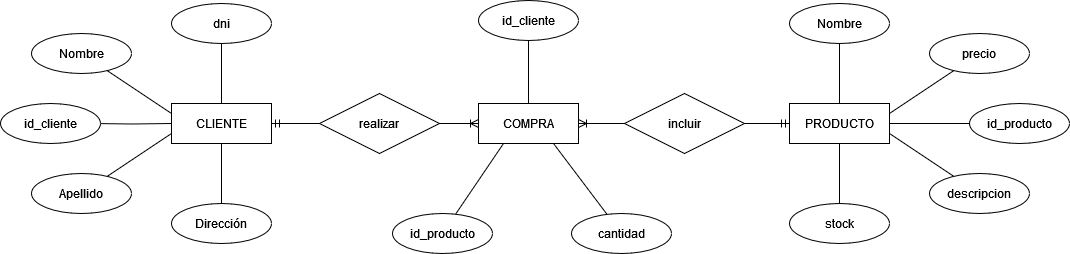
Earlier version of the draw.io export DiegoOrrego/Diagramas/Diagrama.png (gfuentespavez/M3-Bases_de_Datos). Source tidied: cells renumbered, new cells last; positions are measured from the earlier drawing's top-left corner, leaving out a move shared by most shapes. The source it was exported from:
```xml
<mxGraphModel background="#FFFFFF">
  <root>
    <mxCell id="0" />
    <mxCell id="1" parent="0" />
    <mxCell id="2" value="PRODUCTO" style="whiteSpace=wrap;html=1;align=center;" parent="1" vertex="1">
      <mxGeometry x="789" y="103" width="100" height="40" as="geometry" />
    </mxCell>
    <mxCell id="3" value="CLIENTE" style="whiteSpace=wrap;html=1;align=center;" parent="1" vertex="1">
      <mxGeometry x="171" y="103" width="100" height="40" as="geometry" />
    </mxCell>
    <mxCell id="4" style="edgeStyle=orthogonalEdgeStyle;rounded=0;jettySize=auto;html=1;endArrow=none;endFill=0;" parent="1" edge="1" source="5" target="3">
      <mxGeometry relative="1" as="geometry" />
    </mxCell>
    <mxCell id="5" value="dni" style="ellipse;whiteSpace=wrap;html=1;align=center;" parent="1" vertex="1">
      <mxGeometry x="171" y="3" width="100" height="40" as="geometry" />
    </mxCell>
    <mxCell id="6" style="rounded=0;jettySize=auto;html=1;entryX=0;entryY=0.25;entryDx=0;entryDy=0;endArrow=none;endFill=0;" parent="1" edge="1" source="7" target="3">
      <mxGeometry relative="1" as="geometry" />
    </mxCell>
    <mxCell id="7" value="Nombre" style="ellipse;whiteSpace=wrap;html=1;align=center;" parent="1" vertex="1">
      <mxGeometry x="31" y="33" width="100" height="40" as="geometry" />
    </mxCell>
    <mxCell id="8" style="rounded=0;jettySize=auto;html=1;entryX=0;entryY=0.75;entryDx=0;entryDy=0;endArrow=none;endFill=0;" parent="1" edge="1" source="9" target="3">
      <mxGeometry relative="1" as="geometry" />
    </mxCell>
    <mxCell id="9" value="Apellido" style="ellipse;whiteSpace=wrap;html=1;align=center;" parent="1" vertex="1">
      <mxGeometry x="31" y="173" width="100" height="40" as="geometry" />
    </mxCell>
    <mxCell id="10" style="edgeStyle=orthogonalEdgeStyle;rounded=0;jettySize=auto;html=1;exitX=0.5;exitY=0;exitDx=0;exitDy=0;entryX=0.5;entryY=1;entryDx=0;entryDy=0;endArrow=none;endFill=0;" parent="1" edge="1" source="11" target="3">
      <mxGeometry relative="1" as="geometry" />
    </mxCell>
    <mxCell id="11" value="Dirección" style="ellipse;whiteSpace=wrap;html=1;align=center;" parent="1" vertex="1">
      <mxGeometry x="171" y="203" width="100" height="40" as="geometry" />
    </mxCell>
    <mxCell id="12" style="rounded=0;jettySize=auto;html=1;entryX=0.25;entryY=1;entryDx=0;entryDy=0;endArrow=none;endFill=0;" parent="1" edge="1" source="13" target="30">
      <mxGeometry relative="1" as="geometry" />
    </mxCell>
    <mxCell id="13" value="id_producto" style="ellipse;whiteSpace=wrap;html=1;align=center;" parent="1" vertex="1">
      <mxGeometry x="392" y="213" width="100" height="40" as="geometry" />
    </mxCell>
    <mxCell id="14" style="edgeStyle=orthogonalEdgeStyle;rounded=0;jettySize=auto;html=1;endArrow=none;endFill=0;entryX=0.5;entryY=0;entryDx=0;entryDy=0;" parent="1" edge="1" source="15" target="30">
      <mxGeometry relative="1" as="geometry" />
    </mxCell>
    <mxCell id="15" value="id_cliente" style="ellipse;whiteSpace=wrap;html=1;align=center;" parent="1" vertex="1">
      <mxGeometry x="478" width="100" height="40" as="geometry" />
    </mxCell>
    <mxCell id="16" style="edgeStyle=orthogonalEdgeStyle;rounded=0;jettySize=auto;html=1;endArrow=none;endFill=0;" parent="1" edge="1" source="17" target="2">
      <mxGeometry relative="1" as="geometry" />
    </mxCell>
    <mxCell id="17" value="Nombre" style="ellipse;whiteSpace=wrap;html=1;align=center;" parent="1" vertex="1">
      <mxGeometry x="789" y="3" width="100" height="40" as="geometry" />
    </mxCell>
    <mxCell id="18" style="edgeStyle=orthogonalEdgeStyle;rounded=0;jettySize=auto;html=1;entryX=0;entryY=0.5;entryDx=0;entryDy=0;endArrow=none;endFill=0;" parent="1" edge="1" target="3">
      <mxGeometry relative="1" as="geometry">
        <mxPoint x="91" y="123" as="sourcePoint" />
      </mxGeometry>
    </mxCell>
    <mxCell id="19" value="id_cliente" style="ellipse;whiteSpace=wrap;html=1;align=center;" parent="1" vertex="1">
      <mxGeometry y="103" width="100" height="40" as="geometry" />
    </mxCell>
    <mxCell id="20" style="rounded=0;jettySize=auto;html=1;entryX=1;entryY=0.25;entryDx=0;entryDy=0;endArrow=none;endFill=0;" parent="1" edge="1" source="21" target="2">
      <mxGeometry relative="1" as="geometry" />
    </mxCell>
    <mxCell id="21" value="precio" style="ellipse;whiteSpace=wrap;html=1;align=center;" parent="1" vertex="1">
      <mxGeometry x="929" y="33" width="100" height="40" as="geometry" />
    </mxCell>
    <mxCell id="22" style="edgeStyle=orthogonalEdgeStyle;rounded=0;jettySize=auto;html=1;entryX=1;entryY=0.5;entryDx=0;entryDy=0;endArrow=none;endFill=0;" parent="1" edge="1" source="23" target="2">
      <mxGeometry relative="1" as="geometry" />
    </mxCell>
    <mxCell id="23" value="&lt;div&gt;id_producto&lt;/div&gt;" style="ellipse;whiteSpace=wrap;html=1;align=center;" parent="1" vertex="1">
      <mxGeometry x="969" y="103" width="100" height="40" as="geometry" />
    </mxCell>
    <mxCell id="24" style="rounded=0;jettySize=auto;html=1;entryX=1;entryY=0.75;entryDx=0;entryDy=0;endArrow=none;endFill=0;" parent="1" edge="1" source="25" target="2">
      <mxGeometry relative="1" as="geometry" />
    </mxCell>
    <mxCell id="25" value="descripcion" style="ellipse;whiteSpace=wrap;html=1;align=center;" parent="1" vertex="1">
      <mxGeometry x="929" y="173" width="100" height="40" as="geometry" />
    </mxCell>
    <mxCell id="26" style="edgeStyle=orthogonalEdgeStyle;rounded=0;jettySize=auto;html=1;entryX=0.5;entryY=1;entryDx=0;entryDy=0;endArrow=none;endFill=0;" parent="1" edge="1" source="27" target="2">
      <mxGeometry relative="1" as="geometry" />
    </mxCell>
    <mxCell id="27" value="stock" style="ellipse;whiteSpace=wrap;html=1;align=center;" parent="1" vertex="1">
      <mxGeometry x="789" y="203" width="100" height="40" as="geometry" />
    </mxCell>
    <mxCell id="28" style="rounded=0;jettySize=auto;html=1;entryX=0.75;entryY=1;entryDx=0;entryDy=0;endArrow=none;endFill=0;" parent="1" edge="1" source="29" target="30">
      <mxGeometry relative="1" as="geometry" />
    </mxCell>
    <mxCell id="29" value="cantidad" style="ellipse;whiteSpace=wrap;html=1;align=center;" parent="1" vertex="1">
      <mxGeometry x="571" y="213" width="100" height="40" as="geometry" />
    </mxCell>
    <mxCell id="30" value="COMPRA" style="whiteSpace=wrap;html=1;align=center;" parent="1" vertex="1">
      <mxGeometry x="478" y="103" width="100" height="40" as="geometry" />
    </mxCell>
    <mxCell id="31" value="realizar" style="shape=rhombus;perimeter=rhombusPerimeter;whiteSpace=wrap;html=1;align=center;" parent="1" vertex="1">
      <mxGeometry x="319" y="93" width="120" height="60" as="geometry" />
    </mxCell>
    <mxCell id="32" value="incluir" style="shape=rhombus;perimeter=rhombusPerimeter;whiteSpace=wrap;html=1;align=center;" parent="1" vertex="1">
      <mxGeometry x="624" y="93" width="120" height="60" as="geometry" />
    </mxCell>
    <mxCell id="33" style="edgeStyle=entityRelationEdgeStyle;fontSize=12;html=1;endArrow=ERmandOne;rounded=0;entryX=0;entryY=0.5;entryDx=0;entryDy=0;exitX=1;exitY=0.5;exitDx=0;exitDy=0;endFill=0;" parent="1" edge="1" source="32" target="2">
      <mxGeometry relative="1" as="geometry" />
    </mxCell>
    <mxCell id="34" style="edgeStyle=entityRelationEdgeStyle;fontSize=12;html=1;endArrow=ERoneToMany;rounded=0;entryX=1;entryY=0.5;entryDx=0;entryDy=0;exitX=0;exitY=0.5;exitDx=0;exitDy=0;endFill=0;" parent="1" edge="1" source="32" target="30">
      <mxGeometry relative="1" as="geometry" />
    </mxCell>
    <mxCell id="35" style="edgeStyle=entityRelationEdgeStyle;fontSize=12;html=1;endArrow=ERoneToMany;rounded=0;entryX=0;entryY=0.5;entryDx=0;entryDy=0;exitX=1;exitY=0.5;exitDx=0;exitDy=0;" parent="1" edge="1" source="31" target="30">
      <mxGeometry relative="1" as="geometry" />
    </mxCell>
    <mxCell id="36" style="edgeStyle=entityRelationEdgeStyle;fontSize=12;html=1;endArrow=ERmandOne;rounded=0;entryX=1;entryY=0.5;entryDx=0;entryDy=0;exitX=0;exitY=0.5;exitDx=0;exitDy=0;" parent="1" edge="1" source="31" target="3">
      <mxGeometry relative="1" as="geometry" />
    </mxCell>
  </root>
</mxGraphModel>
```
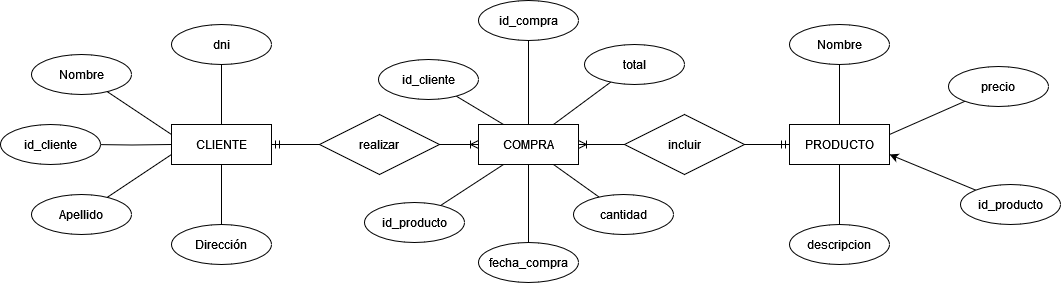
Above is the later version.

Commit message:
se agrega el archivo md y modifica el diagrama

The edit, as a diff of the source:
```diff
@@ -36,13 +36,13 @@
       <mxGeometry relative="1" as="geometry" />
     </mxCell>
     <mxCell id="13" value="id_producto" style="ellipse;whiteSpace=wrap;html=1;align=center;" parent="1" vertex="1">
-      <mxGeometry x="392" y="213" width="100" height="40" as="geometry" />
+      <mxGeometry x="364" y="181" width="100" height="40" as="geometry" />
     </mxCell>
-    <mxCell id="14" style="edgeStyle=orthogonalEdgeStyle;rounded=0;jettySize=auto;html=1;endArrow=none;endFill=0;entryX=0.5;entryY=0;entryDx=0;entryDy=0;" parent="1" edge="1" source="15" target="30">
+    <mxCell id="14" style="rounded=0;jettySize=auto;html=1;entryX=0.25;entryY=0;entryDx=0;entryDy=0;endArrow=none;endFill=0;" parent="1" edge="1" source="15" target="30">
       <mxGeometry relative="1" as="geometry" />
     </mxCell>
     <mxCell id="15" value="id_cliente" style="ellipse;whiteSpace=wrap;html=1;align=center;" parent="1" vertex="1">
-      <mxGeometry x="478" width="100" height="40" as="geometry" />
+      <mxGeometry x="378" y="38" width="100" height="40" as="geometry" />
     </mxCell>
     <mxCell id="16" style="edgeStyle=orthogonalEdgeStyle;rounded=0;jettySize=auto;html=1;endArrow=none;endFill=0;" parent="1" edge="1" source="17" target="2">
       <mxGeometry relative="1" as="geometry" />
@@ -62,31 +62,25 @@
       <mxGeometry relative="1" as="geometry" />
     </mxCell>
     <mxCell id="21" value="precio" style="ellipse;whiteSpace=wrap;html=1;align=center;" parent="1" vertex="1">
-      <mxGeometry x="929" y="33" width="100" height="40" as="geometry" />
+      <mxGeometry x="948" y="45" width="100" height="40" as="geometry" />
     </mxCell>
-    <mxCell id="22" style="edgeStyle=orthogonalEdgeStyle;rounded=0;jettySize=auto;html=1;entryX=1;entryY=0.5;entryDx=0;entryDy=0;endArrow=none;endFill=0;" parent="1" edge="1" source="23" target="2">
+    <mxCell id="22" style="rounded=0;jettySize=auto;html=1;entryX=1;entryY=0.75;entryDx=0;entryDy=0;" parent="1" edge="1" source="23" target="2">
       <mxGeometry relative="1" as="geometry" />
     </mxCell>
     <mxCell id="23" value="&lt;div&gt;id_producto&lt;/div&gt;" style="ellipse;whiteSpace=wrap;html=1;align=center;" parent="1" vertex="1">
-      <mxGeometry x="969" y="103" width="100" height="40" as="geometry" />
+      <mxGeometry x="960" y="163" width="100" height="40" as="geometry" />
     </mxCell>
-    <mxCell id="24" style="rounded=0;jettySize=auto;html=1;entryX=1;entryY=0.75;entryDx=0;entryDy=0;endArrow=none;endFill=0;" parent="1" edge="1" source="25" target="2">
+    <mxCell id="24" style="edgeStyle=orthogonalEdgeStyle;rounded=0;jettySize=auto;html=1;entryX=0.5;entryY=1;entryDx=0;entryDy=0;endArrow=none;endFill=0;" parent="1" edge="1" source="25" target="2">
       <mxGeometry relative="1" as="geometry" />
     </mxCell>
     <mxCell id="25" value="descripcion" style="ellipse;whiteSpace=wrap;html=1;align=center;" parent="1" vertex="1">
-      <mxGeometry x="929" y="173" width="100" height="40" as="geometry" />
+      <mxGeometry x="789" y="203" width="100" height="40" as="geometry" />
     </mxCell>
-    <mxCell id="26" style="edgeStyle=orthogonalEdgeStyle;rounded=0;jettySize=auto;html=1;entryX=0.5;entryY=1;entryDx=0;entryDy=0;endArrow=none;endFill=0;" parent="1" edge="1" source="27" target="2">
-      <mxGeometry relative="1" as="geometry" />
-    </mxCell>
-    <mxCell id="27" value="stock" style="ellipse;whiteSpace=wrap;html=1;align=center;" parent="1" vertex="1">
-      <mxGeometry x="789" y="203" width="100" height="40" as="geometry" />
-    </mxCell>
     <mxCell id="28" style="rounded=0;jettySize=auto;html=1;entryX=0.75;entryY=1;entryDx=0;entryDy=0;endArrow=none;endFill=0;" parent="1" edge="1" source="29" target="30">
       <mxGeometry relative="1" as="geometry" />
     </mxCell>
     <mxCell id="29" value="cantidad" style="ellipse;whiteSpace=wrap;html=1;align=center;" parent="1" vertex="1">
-      <mxGeometry x="571" y="213" width="100" height="40" as="geometry" />
+      <mxGeometry x="573" y="173" width="100" height="40" as="geometry" />
     </mxCell>
     <mxCell id="30" value="COMPRA" style="whiteSpace=wrap;html=1;align=center;" parent="1" vertex="1">
       <mxGeometry x="478" y="103" width="100" height="40" as="geometry" />
@@ -109,5 +103,23 @@
     <mxCell id="36" style="edgeStyle=entityRelationEdgeStyle;fontSize=12;html=1;endArrow=ERmandOne;rounded=0;entryX=1;entryY=0.5;entryDx=0;entryDy=0;exitX=0;exitY=0.5;exitDx=0;exitDy=0;" parent="1" edge="1" source="31" target="3">
       <mxGeometry relative="1" as="geometry" />
     </mxCell>
+    <mxCell id="37" style="edgeStyle=orthogonalEdgeStyle;rounded=0;jettySize=auto;html=1;entryX=0.5;entryY=0;entryDx=0;entryDy=0;endArrow=none;endFill=0;" parent="1" edge="1" source="38" target="30">
+      <mxGeometry relative="1" as="geometry" />
+    </mxCell>
+    <mxCell id="38" value="id_compra" style="ellipse;whiteSpace=wrap;html=1;align=center;" parent="1" vertex="1">
+      <mxGeometry x="478" y="-21" width="100" height="40" as="geometry" />
+    </mxCell>
+    <mxCell id="39" style="edgeStyle=orthogonalEdgeStyle;rounded=0;jettySize=auto;html=1;entryX=0.5;entryY=1;entryDx=0;entryDy=0;endArrow=none;endFill=0;" parent="1" edge="1" source="40" target="30">
+      <mxGeometry relative="1" as="geometry" />
+    </mxCell>
+    <mxCell id="40" value="fecha_compra" style="ellipse;whiteSpace=wrap;html=1;align=center;" parent="1" vertex="1">
+      <mxGeometry x="478" y="221" width="100" height="40" as="geometry" />
+    </mxCell>
+    <mxCell id="41" style="rounded=0;jettySize=auto;html=1;entryX=0.75;entryY=0;entryDx=0;entryDy=0;endArrow=none;endFill=0;" parent="1" edge="1" source="42" target="30">
+      <mxGeometry relative="1" as="geometry" />
+    </mxCell>
+    <mxCell id="42" value="total" style="ellipse;whiteSpace=wrap;html=1;align=center;" parent="1" vertex="1">
+      <mxGeometry x="584" y="23" width="100" height="40" as="geometry" />
+    </mxCell>
   </root>
 </mxGraphModel>
```
